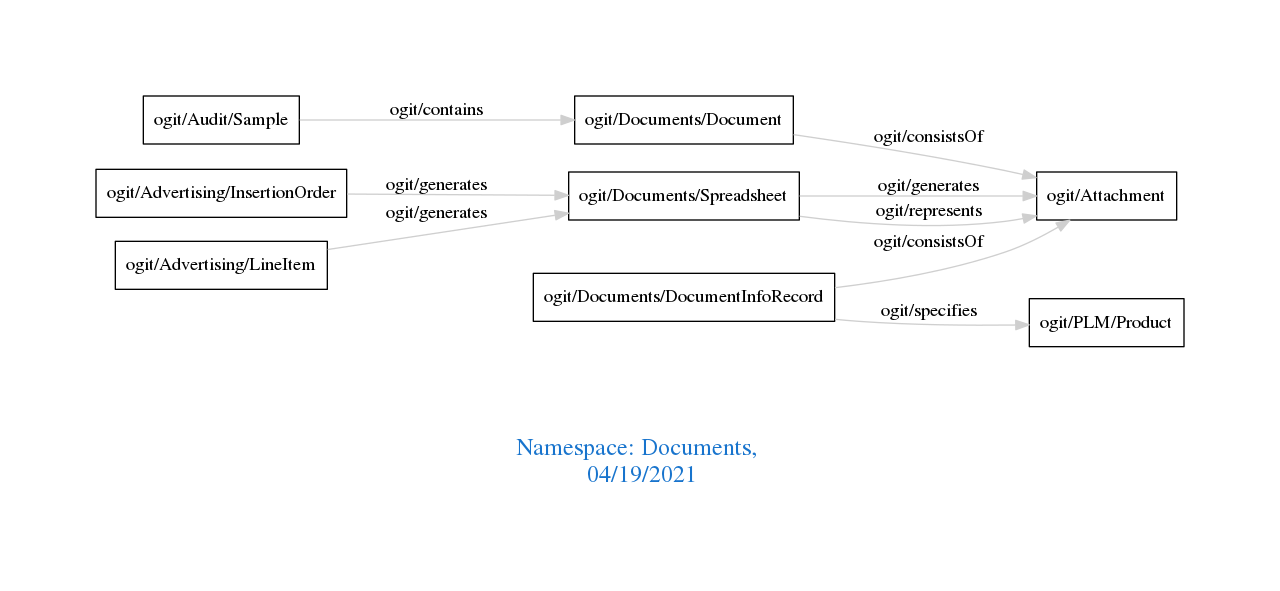
arago/OGIT keeps this Graphviz diagram as downloads/Documents.png. Above is the earlier version. Its source is kept beside it as downloads/Documents.dot.
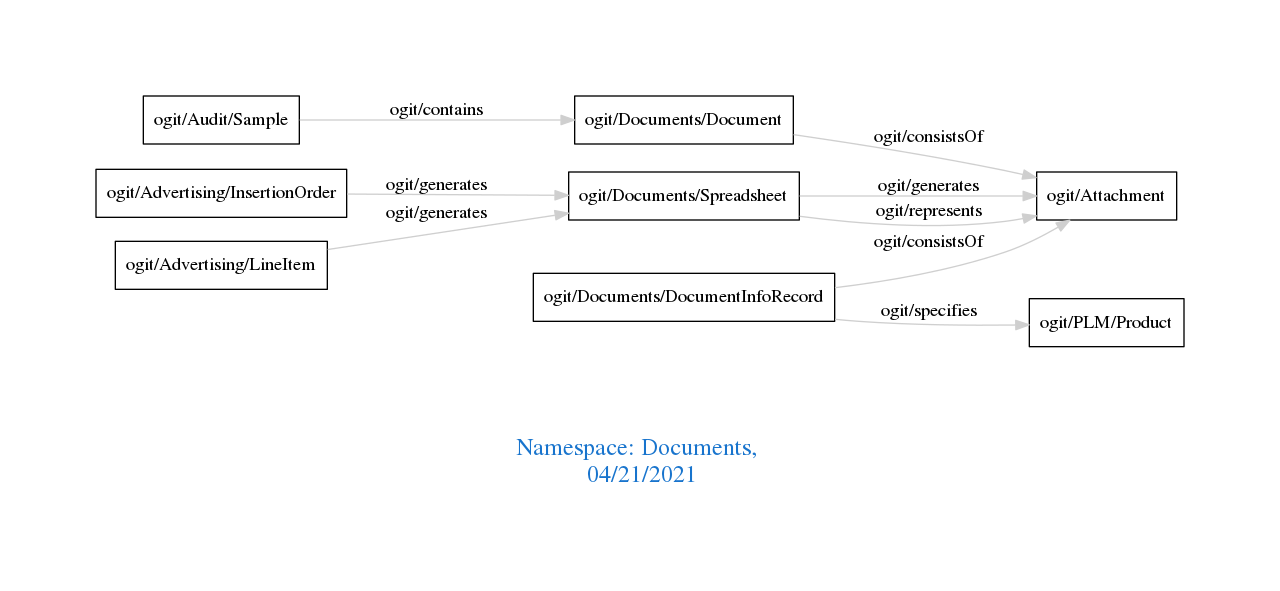
The same diagram one commit later.

Change to the diagram source:
```diff
@@ -1,7 +1,7 @@
 digraph OGIT_ontology {
  graph [ rankdir= LR,pad=1
 fontsize = 18,
-fontcolor= dodgerblue3,label = "\n\n\nNamespace: Documents, \n 04/19/2021"];
+fontcolor= dodgerblue3,label = "\n\n\nNamespace: Documents, \n 04/21/2021"];
 node[shape=polygon];
 edge [  color="gray81"];
 
```
